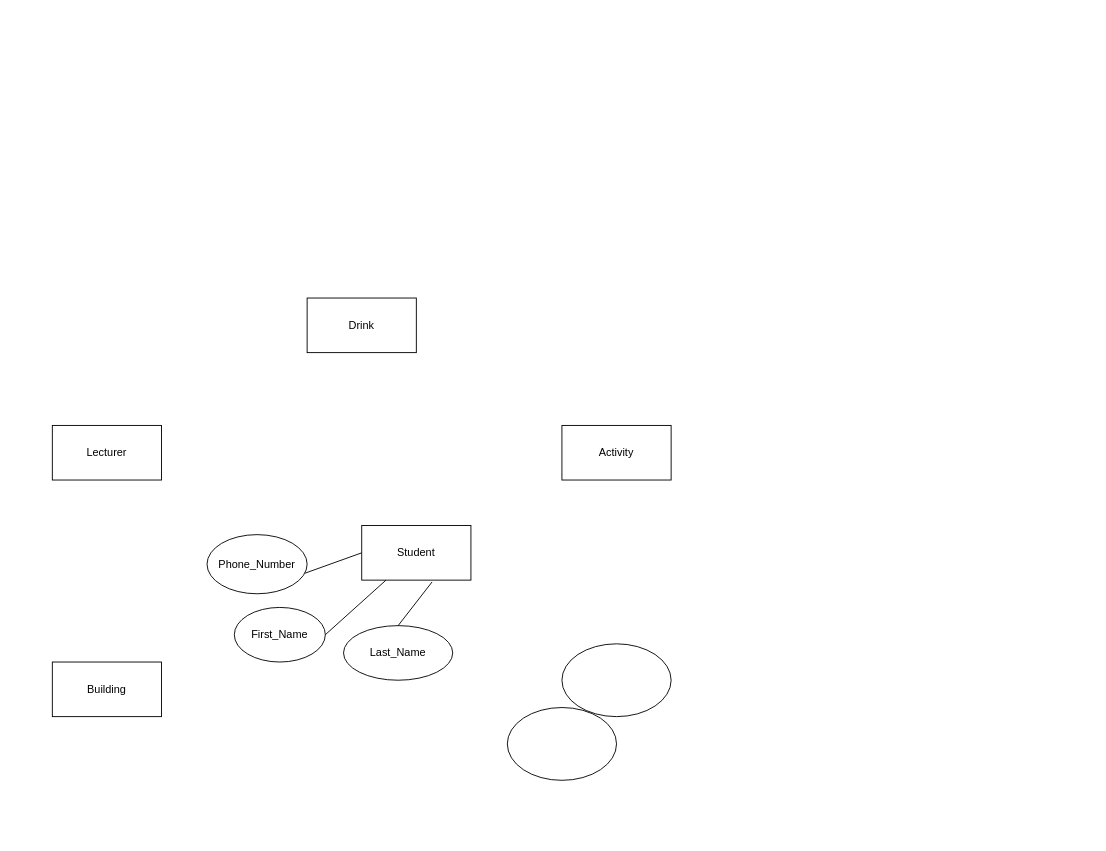
Above: DatabasesERDdiagram.drawio in tnb1604/DatabasesProject (draw.io), before the change. Source tidied: cells renumbered, new cells numbered last; positions are measured from the earlier drawing's top-left corner, leaving out a move shared by most shapes. Both pictures are drawn from the tidied source at 91%, with x=0, y=0 at pixel (52, 298).
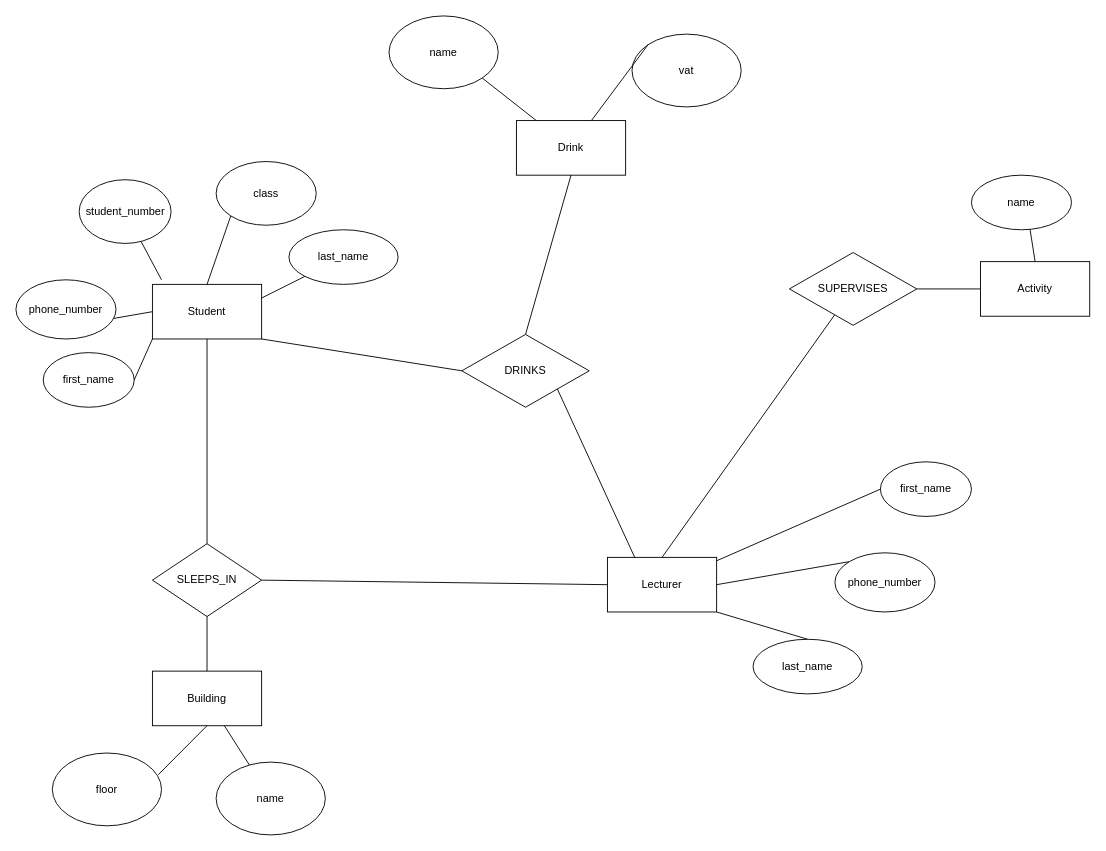
The same page after the edit.

Change to the diagram source:
```diff
@@
     <mxCell id="2" value="Student" style="rounded=0;whiteSpace=wrap;html=1;" parent="1" vertex="1">
-      <mxGeometry x="340" y="250" width="120" height="60" as="geometry" />
+      <mxGeometry x="110" y="-15" width="120" height="60" as="geometry" />
     </mxCell>
-    <mxCell id="3" value="Lecturer" style="rounded=0;whiteSpace=wrap;html=1;" parent="1" vertex="1">
-      <mxGeometry y="140" width="120" height="60" as="geometry" />
-    </mxCell>
     <mxCell id="4" value="Activity" style="rounded=0;whiteSpace=wrap;html=1;" parent="1" vertex="1">
-      <mxGeometry x="560" y="140" width="120" height="60" as="geometry" />
+      <mxGeometry x="1020" y="-40" width="120" height="60" as="geometry" />
     </mxCell>
     <mxCell id="5" value="Building" style="rounded=0;whiteSpace=wrap;html=1;" parent="1" vertex="1">
-      <mxGeometry y="400" width="120" height="60" as="geometry" />
+      <mxGeometry x="110" y="410" width="120" height="60" as="geometry" />
     </mxCell>
     <mxCell id="6" value="Drink" style="rounded=0;whiteSpace=wrap;html=1;" parent="1" vertex="1">
-      <mxGeometry x="280" width="120" height="60" as="geometry" />
+      <mxGeometry x="510" y="-195" width="120" height="60" as="geometry" />
     </mxCell>
-    <mxCell id="7" value="Last_Name" style="ellipse;whiteSpace=wrap;html=1;" parent="1" vertex="1">
-      <mxGeometry x="320" y="360" width="120" height="60" as="geometry" />
+    <mxCell id="7" value="last_name" style="ellipse;whiteSpace=wrap;html=1;" parent="1" vertex="1">
+      <mxGeometry x="260" y="-75" width="120" height="60" as="geometry" />
     </mxCell>
-    <mxCell id="8" value="Phone_Number" style="ellipse;whiteSpace=wrap;html=1;" parent="1" vertex="1">
-      <mxGeometry x="170" y="260" width="110" height="65" as="geometry" />
+    <mxCell id="8" value="phone_number" style="ellipse;whiteSpace=wrap;html=1;" parent="1" vertex="1">
+      <mxGeometry x="-40" y="-20" width="110" height="65" as="geometry" />
     </mxCell>
-    <mxCell id="9" style="ellipse;whiteSpace=wrap;html=1;" parent="1" vertex="1">
-      <mxGeometry x="500" y="450" width="120" height="80" as="geometry" />
+    <mxCell id="9" value="class" style="ellipse;whiteSpace=wrap;html=1;" parent="1" vertex="1">
+      <mxGeometry x="180" y="-150" width="110" height="70" as="geometry" />
     </mxCell>
-    <mxCell id="10" style="ellipse;whiteSpace=wrap;html=1;" parent="1" vertex="1">
-      <mxGeometry x="560" y="380" width="120" height="80" as="geometry" />
+    <mxCell id="10" value="student_number" style="ellipse;whiteSpace=wrap;html=1;" parent="1" vertex="1">
+      <mxGeometry x="29.5" y="-130" width="101" height="70" as="geometry" />
     </mxCell>
-    <mxCell id="11" value="First_Name" style="ellipse;whiteSpace=wrap;html=1;" parent="1" vertex="1">
-      <mxGeometry x="200" y="340" width="100" height="60" as="geometry" />
+    <mxCell id="11" value="first_name" style="ellipse;whiteSpace=wrap;html=1;" parent="1" vertex="1">
+      <mxGeometry x="-10" y="60" width="100" height="60" as="geometry" />
     </mxCell>
-    <mxCell id="12" style="endArrow=none;html=1;rounded=0;entryX=0.644;entryY=1.034;entryDx=0;entryDy=0;entryPerimeter=0;exitX=0.5;exitY=0;exitDx=0;exitDy=0;" parent="1" edge="1" source="7" target="2">
+    <mxCell id="12" style="endArrow=none;html=1;rounded=0;entryX=1;entryY=0.25;entryDx=0;entryDy=0;exitX=0;exitY=1;exitDx=0;exitDy=0;" parent="1" edge="1" source="7" target="2">
       <mxGeometry relative="1" as="geometry" />
     </mxCell>
-    <mxCell id="13" style="endArrow=none;html=1;rounded=0;exitX=1;exitY=0.5;exitDx=0;exitDy=0;" parent="1" edge="1" source="11" target="2">
+    <mxCell id="13" style="endArrow=none;html=1;rounded=0;exitX=1;exitY=0.5;exitDx=0;exitDy=0;entryX=0;entryY=1;entryDx=0;entryDy=0;" parent="1" edge="1" source="11" target="2">
       <mxGeometry relative="1" as="geometry" />
     </mxCell>
@@
+    <mxCell id="15" style="endArrow=none;html=1;rounded=0;" parent="1" edge="1" target="10">
+      <mxGeometry relative="1" as="geometry">
+        <mxPoint x="120" y="-20" as="sourcePoint" />
+      </mxGeometry>
+    </mxCell>
+    <mxCell id="16" style="endArrow=none;html=1;rounded=0;entryX=0;entryY=1;entryDx=0;entryDy=0;exitX=0.5;exitY=0;exitDx=0;exitDy=0;" parent="1" edge="1" source="2" target="9">
+      <mxGeometry relative="1" as="geometry" />
+    </mxCell>
+    <mxCell id="17" style="endArrow=none;html=1;rounded=0;exitX=0.5;exitY=0;exitDx=0;exitDy=0;exitPerimeter=0;entryX=0.5;entryY=0;entryDx=0;entryDy=0;" parent="1" edge="1" source="4" target="18">
+      <mxGeometry relative="1" as="geometry" />
+    </mxCell>
+    <mxCell id="18" value="name" style="ellipse;whiteSpace=wrap;html=1;" parent="1" vertex="1">
+      <mxGeometry x="1010" y="-135" width="110" height="60" as="geometry" />
+    </mxCell>
+    <mxCell id="19" value="name" style="ellipse;whiteSpace=wrap;html=1;" parent="1" vertex="1">
+      <mxGeometry x="180" y="510" width="120" height="80" as="geometry" />
+    </mxCell>
+    <mxCell id="20" value="floor" style="ellipse;whiteSpace=wrap;html=1;" parent="1" vertex="1">
+      <mxGeometry y="500" width="120" height="80" as="geometry" />
+    </mxCell>
+    <mxCell id="21" style="endArrow=none;html=1;rounded=0;exitX=0.5;exitY=1;exitDx=0;exitDy=0;entryX=0.97;entryY=0.298;entryDx=0;entryDy=0;entryPerimeter=0;" parent="1" edge="1" source="5" target="20">
+      <mxGeometry relative="1" as="geometry" />
+    </mxCell>
+    <mxCell id="22" style="endArrow=none;html=1;rounded=0;" parent="1" edge="1" source="5" target="19">
+      <mxGeometry relative="1" as="geometry" />
+    </mxCell>
+    <mxCell id="23" value="name" style="ellipse;whiteSpace=wrap;html=1;" parent="1" vertex="1">
+      <mxGeometry x="370" y="-310" width="120" height="80" as="geometry" />
+    </mxCell>
+    <mxCell id="24" value="vat" style="ellipse;whiteSpace=wrap;html=1;" parent="1" vertex="1">
+      <mxGeometry x="637" y="-290" width="120" height="80" as="geometry" />
+    </mxCell>
+    <mxCell id="25" style="endArrow=none;html=1;rounded=0;entryX=1;entryY=1;entryDx=0;entryDy=0;" parent="1" edge="1" source="6" target="23">
+      <mxGeometry relative="1" as="geometry" />
+    </mxCell>
+    <mxCell id="26" style="endArrow=none;html=1;rounded=0;entryX=0;entryY=0;entryDx=0;entryDy=0;" parent="1" edge="1" source="6" target="24">
+      <mxGeometry relative="1" as="geometry" />
+    </mxCell>
+    <mxCell id="3" value="Lecturer" style="rounded=0;whiteSpace=wrap;html=1;" parent="1" vertex="1">
+      <mxGeometry x="610" y="285" width="120" height="60" as="geometry" />
+    </mxCell>
+    <mxCell id="27" value="last_name" style="ellipse;whiteSpace=wrap;html=1;" parent="1" vertex="1">
+      <mxGeometry x="770" y="375" width="120" height="60" as="geometry" />
+    </mxCell>
+    <mxCell id="28" value="phone_number" style="ellipse;whiteSpace=wrap;html=1;" parent="1" vertex="1">
+      <mxGeometry x="860" y="280" width="110" height="65" as="geometry" />
+    </mxCell>
+    <mxCell id="29" value="first_name" style="ellipse;whiteSpace=wrap;html=1;" parent="1" vertex="1">
+      <mxGeometry x="910" y="180" width="100" height="60" as="geometry" />
+    </mxCell>
+    <mxCell id="30" style="endArrow=none;html=1;rounded=0;entryX=1;entryY=1;entryDx=0;entryDy=0;exitX=0.5;exitY=0;exitDx=0;exitDy=0;" parent="1" edge="1" source="27" target="3">
+      <mxGeometry relative="1" as="geometry" />
+    </mxCell>
+    <mxCell id="31" style="endArrow=none;html=1;rounded=0;exitX=0;exitY=0.5;exitDx=0;exitDy=0;" parent="1" edge="1" source="29" target="3">
+      <mxGeometry relative="1" as="geometry" />
+    </mxCell>
+    <mxCell id="32" style="endArrow=none;html=1;rounded=0;exitX=0;exitY=0;exitDx=0;exitDy=0;entryX=1;entryY=0.5;entryDx=0;entryDy=0;" parent="1" edge="1" source="28" target="3">
+      <mxGeometry relative="1" as="geometry" />
+    </mxCell>
+    <mxCell id="33" value="SUPERVISES" style="rhombus;whiteSpace=wrap;html=1;" parent="1" vertex="1">
+      <mxGeometry x="810" y="-50" width="140" height="80" as="geometry" />
+    </mxCell>
+    <mxCell id="34" style="endArrow=none;html=1;rounded=0;" parent="1" edge="1">
+      <mxGeometry relative="1" as="geometry">
+        <mxPoint x="1020" y="-10" as="sourcePoint" />
+        <mxPoint x="950" y="-10" as="targetPoint" />
+      </mxGeometry>
+    </mxCell>
+    <mxCell id="35" style="endArrow=none;html=1;rounded=0;exitX=0.5;exitY=0;exitDx=0;exitDy=0;" parent="1" edge="1" source="3" target="33">
+      <mxGeometry relative="1" as="geometry" />
+    </mxCell>
+    <mxCell id="36" value="SLEEPS_IN" style="rhombus;whiteSpace=wrap;html=1;" parent="1" vertex="1">
+      <mxGeometry x="110" y="270" width="120" height="80" as="geometry" />
+    </mxCell>
+    <mxCell id="37" style="endArrow=none;html=1;rounded=0;exitX=0.5;exitY=1;exitDx=0;exitDy=0;" parent="1" edge="1" source="2" target="36">
+      <mxGeometry relative="1" as="geometry" />
+    </mxCell>
+    <mxCell id="38" style="endArrow=none;html=1;rounded=0;entryX=0;entryY=0.5;entryDx=0;entryDy=0;exitX=1;exitY=0.5;exitDx=0;exitDy=0;" parent="1" edge="1" source="36" target="3">
+      <mxGeometry relative="1" as="geometry" />
+    </mxCell>
+    <mxCell id="39" style="endArrow=none;html=1;rounded=0;exitX=0.5;exitY=0;exitDx=0;exitDy=0;entryX=0.5;entryY=1;entryDx=0;entryDy=0;" parent="1" edge="1" source="5" target="36">
+      <mxGeometry relative="1" as="geometry" />
+    </mxCell>
+    <mxCell id="40" value="DRINKS" style="rhombus;whiteSpace=wrap;html=1;" parent="1" vertex="1">
+      <mxGeometry x="450" y="40" width="140" height="80" as="geometry" />
+    </mxCell>
+    <mxCell id="41" style="endArrow=none;html=1;rounded=0;entryX=1;entryY=1;entryDx=0;entryDy=0;exitX=0;exitY=0.5;exitDx=0;exitDy=0;" parent="1" edge="1" source="40" target="2">
+      <mxGeometry relative="1" as="geometry" />
+    </mxCell>
+    <mxCell id="42" style="endArrow=none;html=1;rounded=0;entryX=0.5;entryY=1;entryDx=0;entryDy=0;exitX=0.5;exitY=0;exitDx=0;exitDy=0;" parent="1" edge="1" source="40" target="6">
+      <mxGeometry relative="1" as="geometry" />
+    </mxCell>
+    <mxCell id="43" style="endArrow=none;html=1;rounded=0;exitX=1;exitY=1;exitDx=0;exitDy=0;entryX=0.25;entryY=0;entryDx=0;entryDy=0;" parent="1" edge="1" source="40" target="3">
+      <mxGeometry relative="1" as="geometry" />
+    </mxCell>
```
